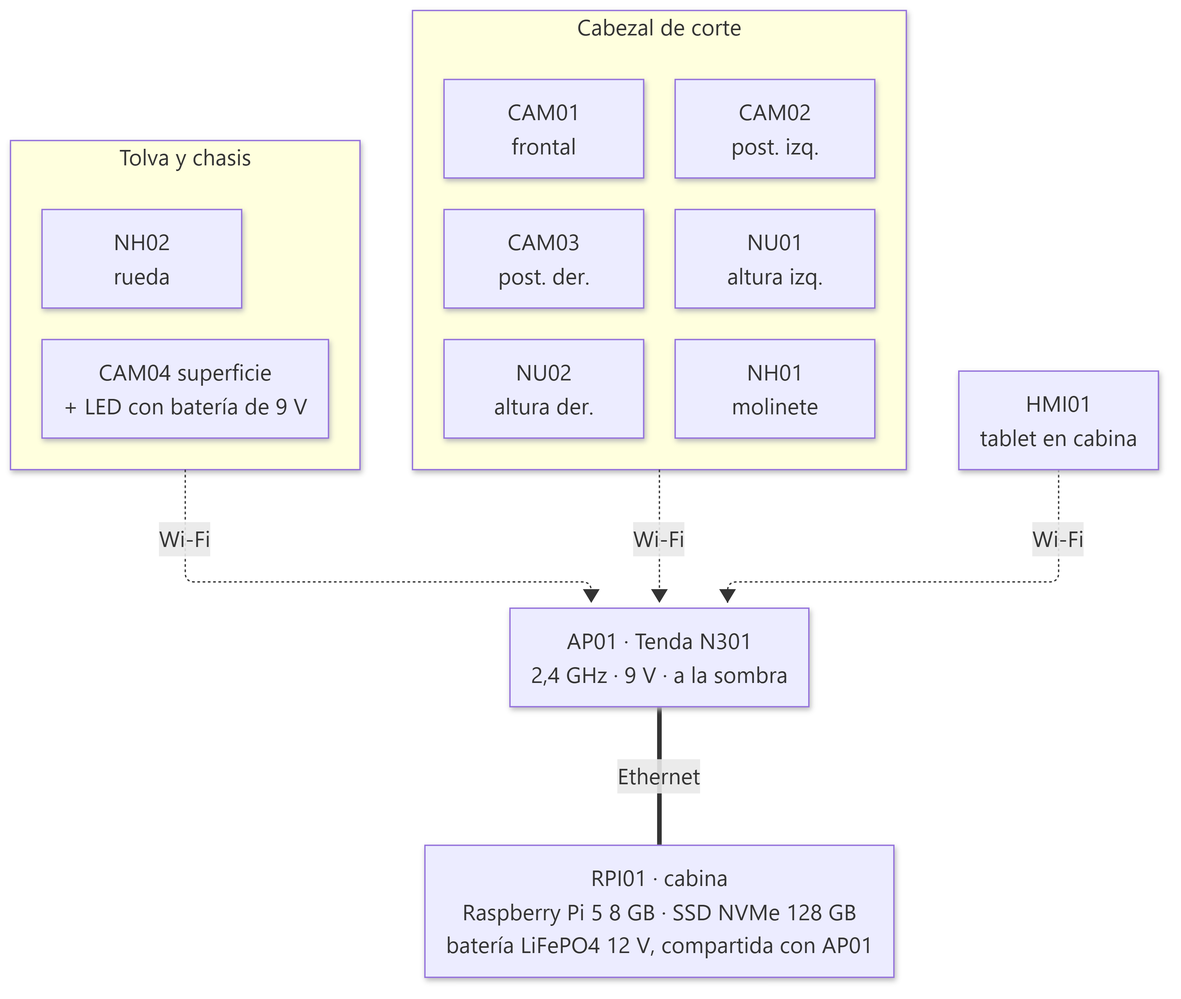
Above: docs/diagramas/01-mapa-fisico.png in Camilo1408/config-ricevi (Mermaid), before the change. Its source is kept beside it as docs/diagramas/01-mapa-fisico.mmd.
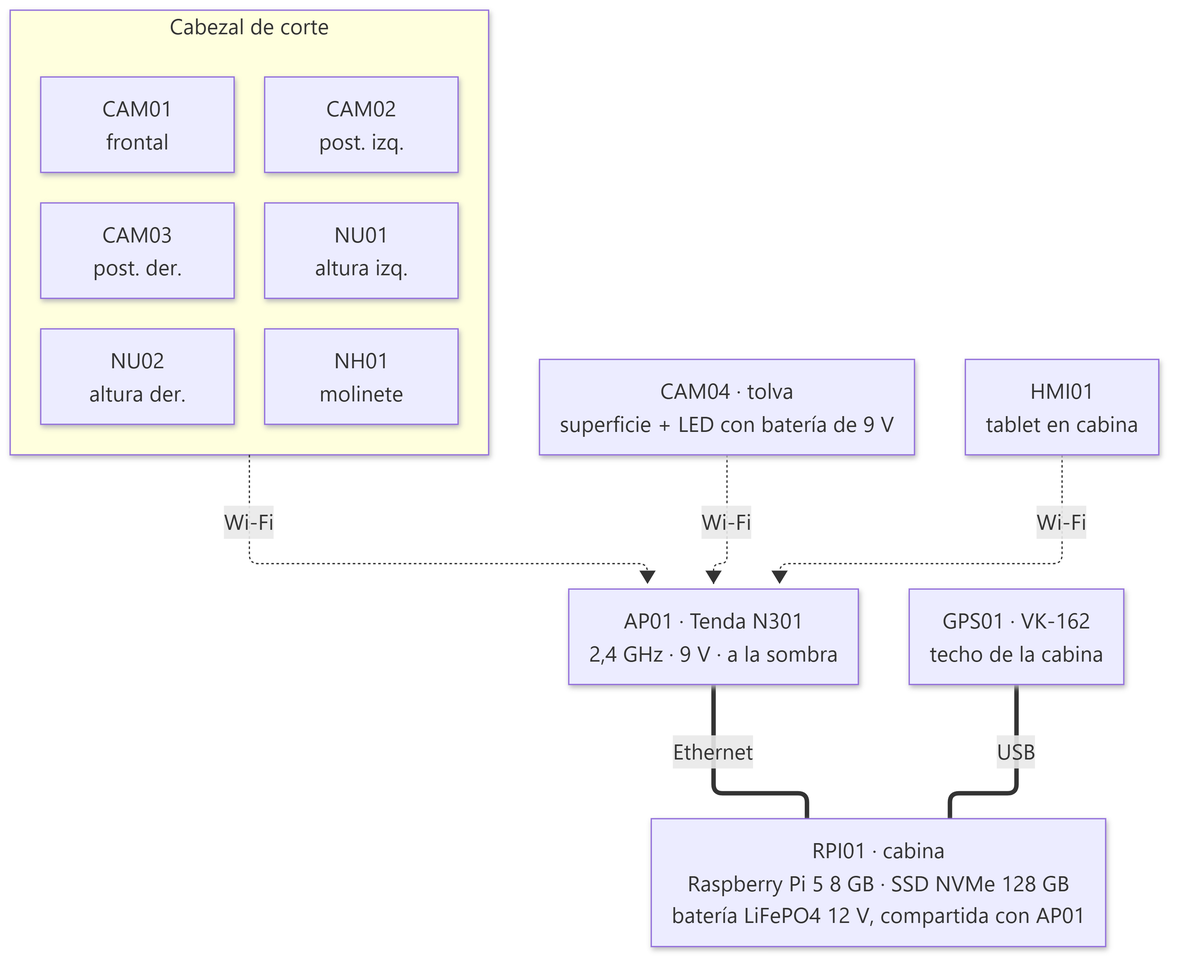
After the commit.

Change to the diagram source:
```diff
@@ -8,12 +8,9 @@
     NU2["NU02<br/>altura der."]
     NH1["NH01<br/>molinete"]
   end
-  subgraph MAQ["Tolva y chasis"]
-    direction LR
-    C4["CAM04 superficie<br/>+ LED con batería de 9 V"]
-    NH2["NH02<br/>rueda"]
-  end
+  C4["CAM04 · tolva<br/>superficie + LED con batería de 9 V"]
   CABEZAL -.->|"Wi-Fi"| AP["AP01 · Tenda N301<br/>2,4 GHz · 9 V · a la sombra"]
-  MAQ -.->|"Wi-Fi"| AP
+  C4 -.->|"Wi-Fi"| AP
   HMI["HMI01<br/>tablet en cabina"] -.->|"Wi-Fi"| AP
   AP ===|"Ethernet"| RPI["RPI01 · cabina<br/>Raspberry Pi 5 8 GB · SSD NVMe 128 GB<br/>batería LiFePO4 12 V, compartida con AP01"]
+  GPS["GPS01 · VK-162<br/>techo de la cabina"] ===|"USB"| RPI
```
